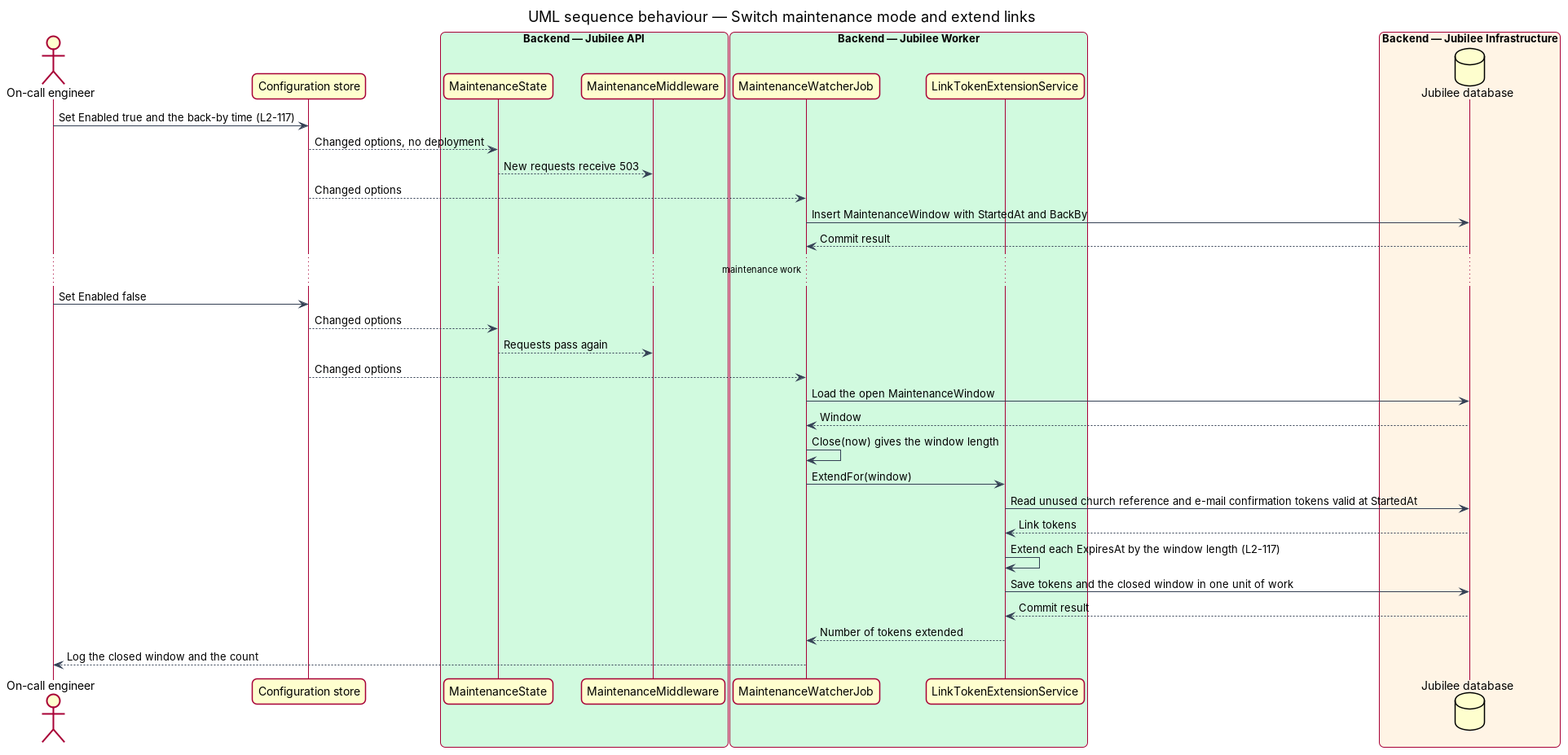
QuinntyneBrown/jubilee keeps this PlantUML diagram as docs/detailed-designs/system-pages/run-maintenance-mode/diagrams/sequence-switch-and-extend-links.png. Above is the earlier version. Its source is kept beside it as docs/detailed-designs/system-pages/run-maintenance-mode/diagrams/sequence-switch-and-extend-links.puml. The source it was exported from:
```plantuml
@startuml
title UML sequence behaviour — Switch maintenance mode and extend links
skinparam backgroundColor #FFFFFF
skinparam shadowing false
skinparam roundcorner 12
skinparam defaultFontName Arial
skinparam ArrowColor #344054
skinparam rectangle {
  BorderColor #344054
  FontColor #101828
}
skinparam package {
  BorderColor #667085
  FontColor #101828
  BackgroundColor #F9FAFB
}
actor "On-call engineer" as actor
participant "Configuration store" as config
box "Backend — Jubilee API" #D1FADF
  participant "MaintenanceState" as state
  participant "MaintenanceMiddleware" as mw
end box
box "Backend — Jubilee Worker" #D1FADF
  participant "MaintenanceWatcherJob" as watcher
  participant "LinkTokenExtensionService" as ext
end box
box "Backend — Jubilee Infrastructure" #FFF4E5
  database "Jubilee database" as db
end box
actor -> config : Set Enabled true and the back-by time (L2-117)
config --> state : Changed options, no deployment
state --> mw : New requests receive 503
config --> watcher : Changed options
watcher -> db : Insert MaintenanceWindow with StartedAt and BackBy
db --> watcher : Commit result
... maintenance work ...
actor -> config : Set Enabled false
config --> state : Changed options
state --> mw : Requests pass again
config --> watcher : Changed options
watcher -> db : Load the open MaintenanceWindow
db --> watcher : Window
watcher -> watcher : Close(now) gives the window length
watcher -> ext : ExtendFor(window)
ext -> db : Read unused church reference and e-mail confirmation tokens valid at StartedAt
db --> ext : Link tokens
ext -> ext : Extend each ExpiresAt by the window length (L2-117)
ext -> db : Save tokens and the closed window in one unit of work
db --> ext : Commit result
ext --> watcher : Number of tokens extended
watcher --> actor : Log the closed window and the count
@enduml
```
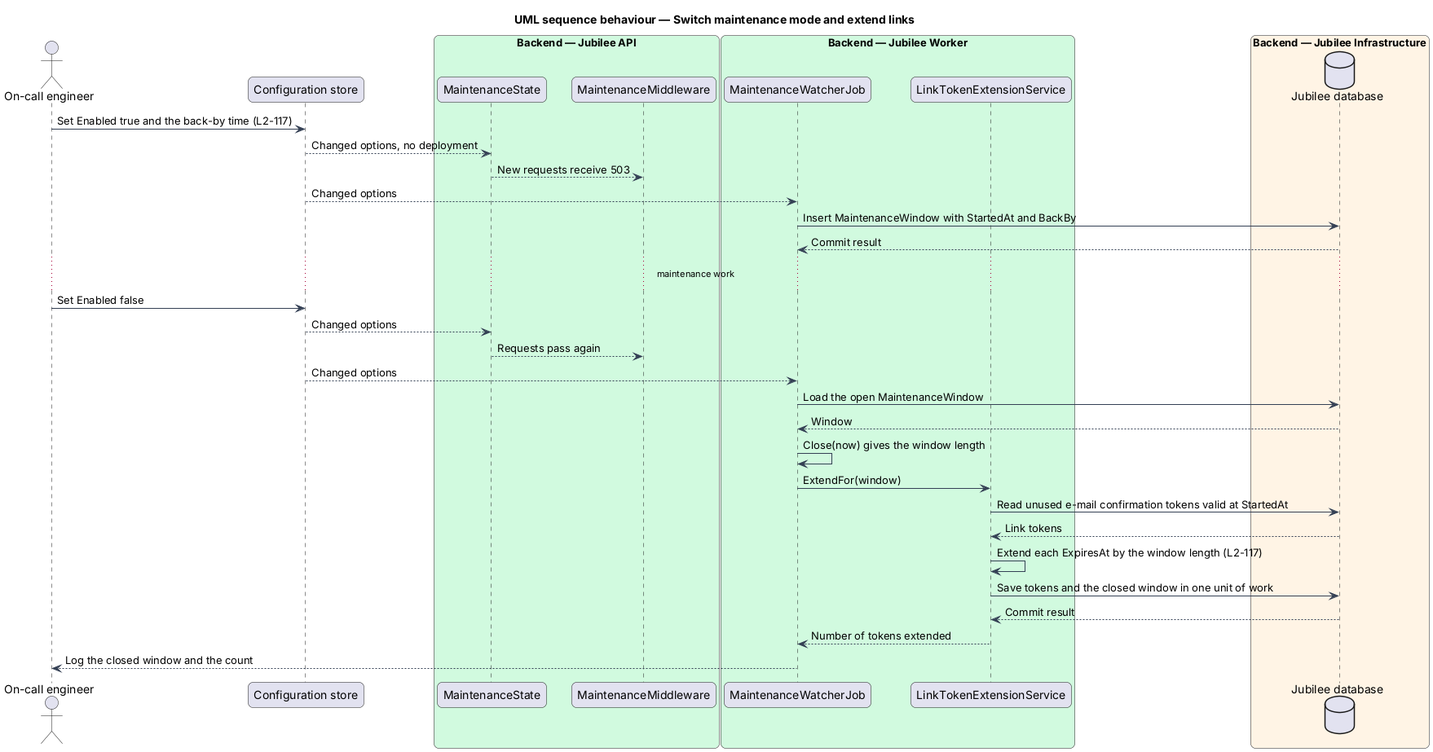
Later version of the same file.

Diff of the diagram source:
```diff
@@ -42,7 +42,7 @@
 db --> watcher : Window
 watcher -> watcher : Close(now) gives the window length
 watcher -> ext : ExtendFor(window)
-ext -> db : Read unused church reference and e-mail confirmation tokens valid at StartedAt
+ext -> db : Read unused e-mail confirmation tokens valid at StartedAt
 db --> ext : Link tokens
 ext -> ext : Extend each ExpiresAt by the window length (L2-117)
 ext -> db : Save tokens and the closed window in one unit of work
```
